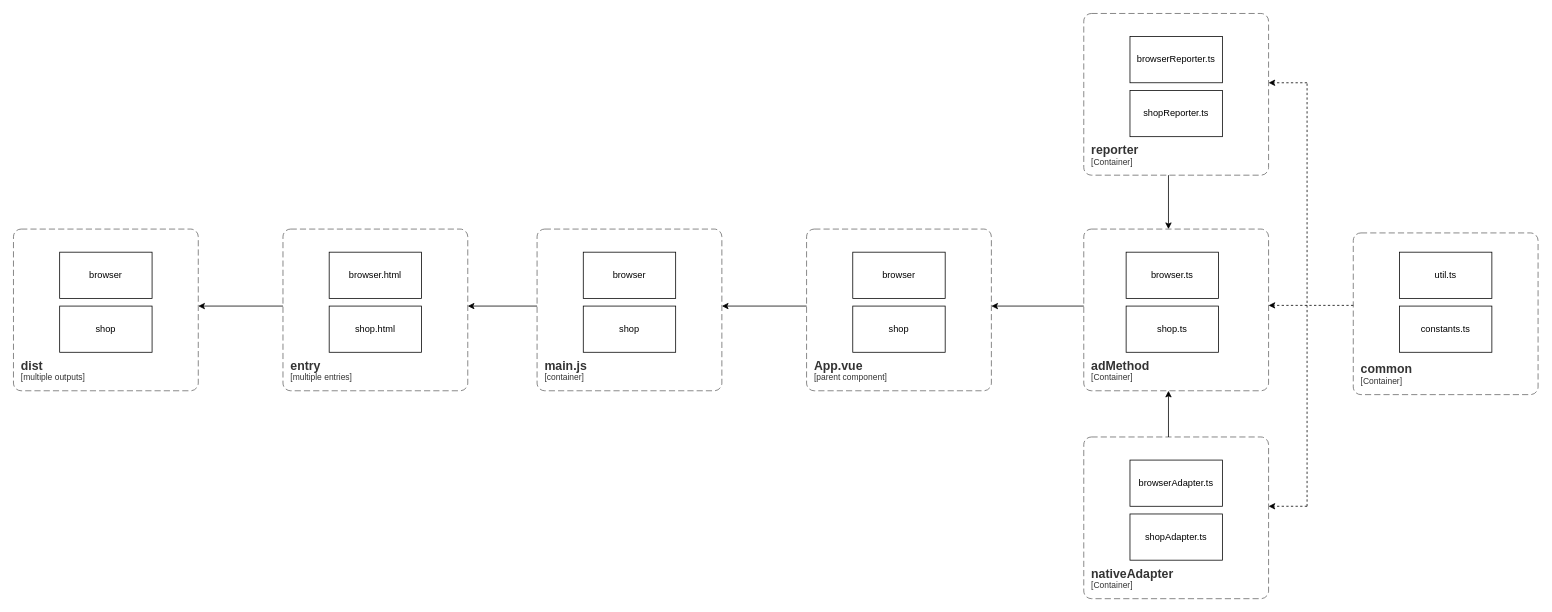
Hantron/jira keeps this draw.io diagram as 智能短信合并架构图.drawio. Above is the earlier version. Source tidied: cells renumbered, new cells numbered last; positions are measured from the earlier drawing's top-left corner, leaving out a move shared by most shapes. Both pictures are drawn from the tidied source at 77%, with x=0, y=0 at pixel (13, 13).
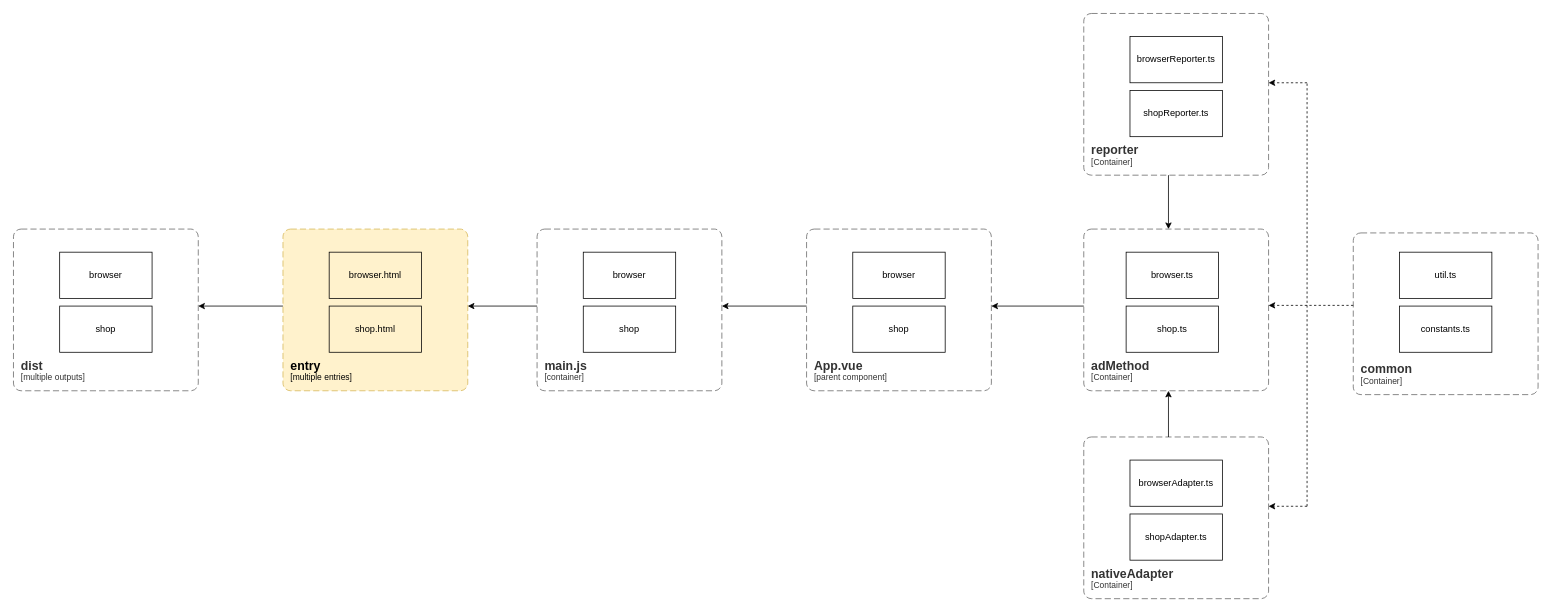
Above is the later version.

Commit message:
更新智能短信合并架构图.drawio

Diff of the diagram source:
```diff
@@
     <object id="25" label="&lt;font style=&quot;font-size: 16px&quot;&gt;&lt;b&gt;&lt;div style=&quot;text-align: left&quot;&gt;%c4Name%&lt;/div&gt;&lt;/b&gt;&lt;/font&gt;&lt;div style=&quot;text-align: left&quot;&gt;[%c4Application%]&lt;/div&gt;" c4Application="multiple entries" c4Name="entry" placeholders="1">
-      <mxCell style="rounded=1;fontSize=11;whiteSpace=wrap;html=1;dashed=1;arcSize=20;fillColor=none;strokeColor=#666666;fontColor=#333333;labelBackgroundColor=none;align=left;verticalAlign=bottom;labelBorderColor=none;spacingTop=0;spacing=10;dashPattern=8 4;perimeter=rectanglePerimeter;noLabel=0;labelPadding=0;absoluteArcSize=1;" parent="1" vertex="1">
+      <mxCell style="rounded=1;fontSize=11;whiteSpace=wrap;html=1;dashed=1;arcSize=20;fillColor=#fff2cc;strokeColor=#d6b656;labelBackgroundColor=none;align=left;verticalAlign=bottom;labelBorderColor=none;spacingTop=0;spacing=10;dashPattern=8 4;perimeter=rectanglePerimeter;noLabel=0;labelPadding=0;absoluteArcSize=1;" parent="1" vertex="1">
         <mxGeometry x="350" y="280" width="240" height="210" as="geometry" />
       </mxCell>
     </object>
```
